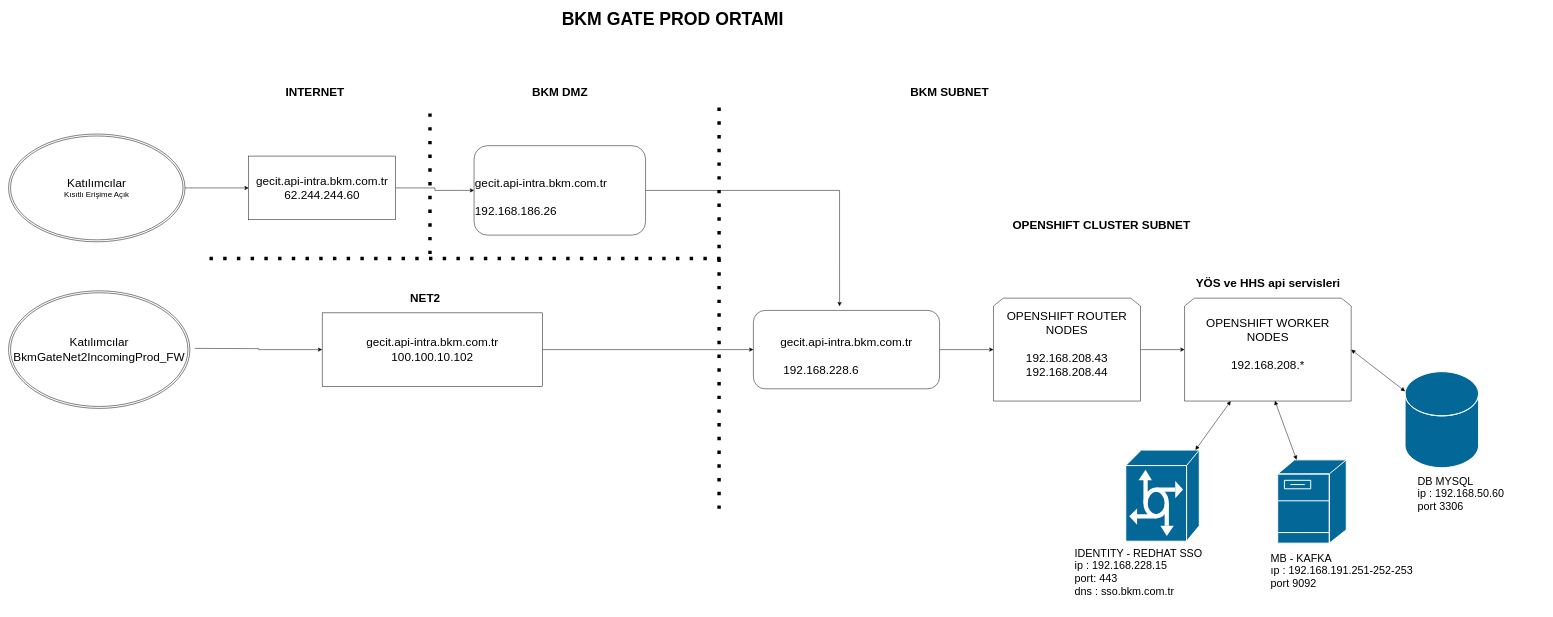
Above: acik-bankacilik/mimari-doc/isym-ortam.drawio in Kemalsekerci/drawio (draw.io), before the change. Source tidied: cells renumbered, new cells numbered last; positions are measured from the earlier drawing's top-left corner, leaving out a move shared by most shapes. Both pictures are drawn from the tidied source at 49%, with x=0, y=0 at pixel (8, 9).
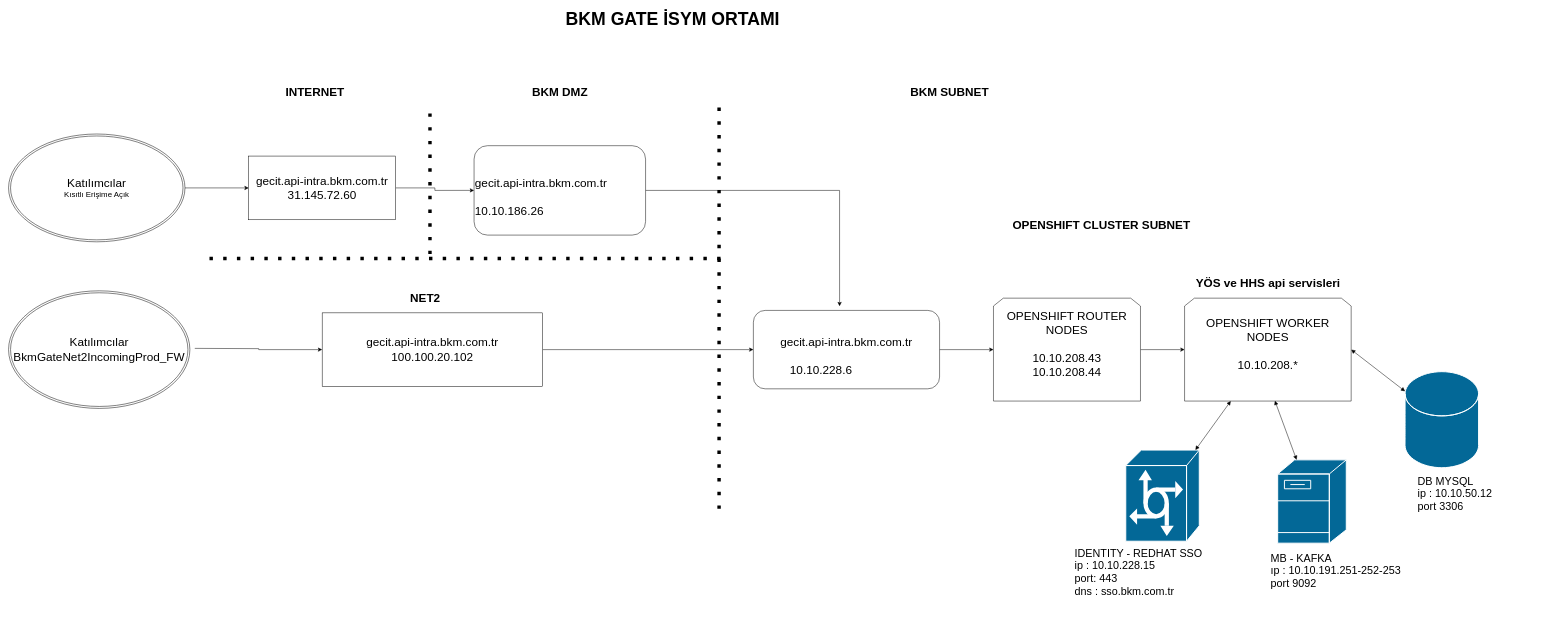
After the change.

The edit, as a diff of the source:
```diff
@@
-    <mxCell id="3" value="&lt;font style=&quot;font-size: 36px;&quot;&gt;BKM GATE PROD ORTAMI&lt;/font&gt;" style="text;strokeColor=none;fillColor=none;html=1;fontSize=24;fontStyle=1;verticalAlign=middle;align=center;" parent="1" vertex="1">
+    <mxCell id="3" value="&lt;font style=&quot;font-size: 36px;&quot;&gt;BKM GATE İSYM ORTAMI&lt;/font&gt;" style="text;strokeColor=none;fillColor=none;html=1;fontSize=24;fontStyle=1;verticalAlign=middle;align=center;" parent="1" vertex="1">
       <mxGeometry x="1175" width="360" height="40" as="geometry" />
     </mxCell>
@@
-    <mxCell id="5" value="&lt;font style=&quot;font-size: 24px;&quot;&gt;&lt;br&gt;gecit.api-intra.bkm.com.tr&lt;br&gt;&lt;br&gt;&lt;/font&gt;&lt;table width=&quot;166&quot; cellspacing=&quot;0&quot; cellpadding=&quot;0&quot; border=&quot;0&quot;&gt;&lt;tbody&gt;&lt;tr style=&quot;height:15.0pt&quot; height=&quot;20&quot;&gt;  &lt;td style=&quot;height:15.0pt;width:125pt&quot; width=&quot;166&quot; height=&quot;20&quot;&gt;&lt;p style=&quot;margin-top: 0pt; margin-bottom: 0pt; margin-left: 0in; direction: ltr; unicode-bidi: embed; word-break: normal;&quot;&gt;&lt;font style=&quot;font-size: 24px;&quot;&gt;192.168.186.26&lt;/font&gt;&lt;/p&gt;&lt;/td&gt;&lt;/tr&gt;&lt;/tbody&gt;&lt;/table&gt;" style="rounded=1;whiteSpace=wrap;html=1;align=left;" parent="1" vertex="1">
+    <mxCell id="5" value="&lt;font style=&quot;font-size: 24px;&quot;&gt;&lt;br&gt;gecit.api-intra.bkm.com.tr&lt;br&gt;&lt;br&gt;&lt;/font&gt;&lt;table width=&quot;166&quot; cellspacing=&quot;0&quot; cellpadding=&quot;0&quot; border=&quot;0&quot;&gt;&lt;tbody&gt;&lt;tr style=&quot;height:15.0pt&quot; height=&quot;20&quot;&gt;  &lt;td style=&quot;height:15.0pt;width:125pt&quot; width=&quot;166&quot; height=&quot;20&quot;&gt;&lt;p style=&quot;margin-top: 0pt; margin-bottom: 0pt; margin-left: 0in; direction: ltr; unicode-bidi: embed; word-break: normal;&quot;&gt;&lt;font style=&quot;font-size: 24px;&quot;&gt;10.10.186.26&lt;/font&gt;&lt;/p&gt;&lt;/td&gt;&lt;/tr&gt;&lt;/tbody&gt;&lt;/table&gt;" style="rounded=1;whiteSpace=wrap;html=1;align=left;" parent="1" vertex="1">
       <mxGeometry x="950" y="278.8" width="350" height="182.5" as="geometry" />
     </mxCell>
@@
-    <mxCell id="7" value="&lt;font style=&quot;font-size: 24px;&quot;&gt;OPENSHIFT ROUTER NODES&lt;br style=&quot;&quot;&gt;&lt;br style=&quot;&quot;&gt;&lt;/font&gt;&lt;div style=&quot;&quot;&gt;&lt;font style=&quot;font-size: 24px;&quot;&gt;192.168.208.43&lt;/font&gt;&lt;/div&gt;&lt;div style=&quot;&quot;&gt;&lt;font style=&quot;font-size: 24px;&quot;&gt;192.168.208.44&lt;/font&gt;&lt;/div&gt;&lt;div style=&quot;font-size: 18px;&quot;&gt;&lt;br style=&quot;font-size: 18px;&quot;&gt;&lt;/div&gt;" style="shape=loopLimit;whiteSpace=wrap;html=1;fontSize=18;" parent="1" vertex="1">
+    <mxCell id="7" value="&lt;font style=&quot;font-size: 24px;&quot;&gt;OPENSHIFT ROUTER NODES&lt;br style=&quot;&quot;&gt;&lt;br style=&quot;&quot;&gt;&lt;/font&gt;&lt;div style=&quot;&quot;&gt;&lt;font style=&quot;font-size: 24px;&quot;&gt;10.10.208.43&lt;/font&gt;&lt;/div&gt;&lt;div style=&quot;&quot;&gt;&lt;font style=&quot;font-size: 24px;&quot;&gt;10.10.208.44&lt;/font&gt;&lt;/div&gt;&lt;div style=&quot;font-size: 18px;&quot;&gt;&lt;br style=&quot;font-size: 18px;&quot;&gt;&lt;/div&gt;" style="shape=loopLimit;whiteSpace=wrap;html=1;fontSize=18;" parent="1" vertex="1">
       <mxGeometry x="2010" y="590" width="300" height="210" as="geometry" />
     </mxCell>
@@
-    <mxCell id="11" value="&lt;font style=&quot;font-size: 24px;&quot;&gt;gecit.api-intra.bkm.com.tr&lt;br&gt;62.244.244.60&lt;/font&gt;" style="rounded=0;whiteSpace=wrap;html=1;" parent="1" vertex="1">
+    <mxCell id="11" value="&lt;font style=&quot;font-size: 24px;&quot;&gt;gecit.api-intra.bkm.com.tr&lt;br&gt;31.145.72.60&lt;/font&gt;" style="rounded=0;whiteSpace=wrap;html=1;" parent="1" vertex="1">
       <mxGeometry x="490" y="300" width="300" height="130" as="geometry" />
     </mxCell>
@@
-    <mxCell id="13" value="&lt;font style=&quot;font-size: 24px;&quot;&gt;&lt;br style=&quot;&quot;&gt;gecit.api-intra.bkm.com.tr&lt;br style=&quot;&quot;&gt;&lt;br style=&quot;&quot;&gt;&lt;/font&gt;&lt;table width=&quot;166&quot; cellspacing=&quot;0&quot; cellpadding=&quot;0&quot; border=&quot;0&quot; style=&quot;&quot;&gt;&lt;tbody style=&quot;font-size: 17px;&quot;&gt;&lt;tr style=&quot;height: 15pt; font-size: 17px;&quot; height=&quot;20&quot;&gt;  &lt;td style=&quot;height: 15pt; width: 125pt;&quot; width=&quot;166&quot; height=&quot;20&quot;&gt;&lt;p style=&quot;margin-top: 0pt; margin-bottom: 0pt; margin-left: 0in; direction: ltr; unicode-bidi: embed; word-break: normal;&quot;&gt;&lt;font style=&quot;font-size: 24px;&quot;&gt;192.168.228.6&lt;/font&gt;&lt;/p&gt;&lt;/td&gt;&lt;/tr&gt;&lt;/tbody&gt;&lt;/table&gt;" style="rounded=1;whiteSpace=wrap;html=1;fontSize=17;align=center;" parent="1" vertex="1">
+    <mxCell id="13" value="&lt;font style=&quot;font-size: 24px;&quot;&gt;&lt;br style=&quot;&quot;&gt;gecit.api-intra.bkm.com.tr&lt;br style=&quot;&quot;&gt;&lt;br style=&quot;&quot;&gt;&lt;/font&gt;&lt;table width=&quot;166&quot; cellspacing=&quot;0&quot; cellpadding=&quot;0&quot; border=&quot;0&quot; style=&quot;&quot;&gt;&lt;tbody style=&quot;font-size: 17px;&quot;&gt;&lt;tr style=&quot;height: 15pt; font-size: 17px;&quot; height=&quot;20&quot;&gt;  &lt;td style=&quot;height: 15pt; width: 125pt;&quot; width=&quot;166&quot; height=&quot;20&quot;&gt;&lt;p style=&quot;margin-top: 0pt; margin-bottom: 0pt; margin-left: 0in; direction: ltr; unicode-bidi: embed; word-break: normal;&quot;&gt;&lt;font style=&quot;font-size: 24px;&quot;&gt;10.10.228.6&lt;/font&gt;&lt;/p&gt;&lt;/td&gt;&lt;/tr&gt;&lt;/tbody&gt;&lt;/table&gt;" style="rounded=1;whiteSpace=wrap;html=1;fontSize=17;align=center;" parent="1" vertex="1">
       <mxGeometry x="1520" y="615" width="380" height="160" as="geometry" />
     </mxCell>
@@
-    <mxCell id="18" value="&lt;font style=&quot;font-size: 24px;&quot;&gt;gecit.api-intra.bkm.com.tr&lt;br&gt;100.100.10.102&lt;/font&gt;" style="rounded=0;whiteSpace=wrap;html=1;" parent="1" vertex="1">
+    <mxCell id="18" value="&lt;font style=&quot;font-size: 24px;&quot;&gt;gecit.api-intra.bkm.com.tr&lt;br&gt;100.100.20.102&lt;/font&gt;" style="rounded=0;whiteSpace=wrap;html=1;" parent="1" vertex="1">
       <mxGeometry x="640" y="620" width="450" height="150" as="geometry" />
     </mxCell>
@@
-    <mxCell id="23" value="DB MYSQL&#10;ip : 192.168.50.60&#10;port 3306 " style="text;strokeColor=none;fillColor=none;spacingLeft=4;spacingRight=4;overflow=hidden;fontSize=22;" parent="1" vertex="1">
+    <mxCell id="23" value="DB MYSQL&#10;ip : 10.10.50.12&#10;port 3306 " style="text;strokeColor=none;fillColor=none;spacingLeft=4;spacingRight=4;overflow=hidden;fontSize=22;" parent="1" vertex="1">
       <mxGeometry x="2870" y="943" width="265" height="100" as="geometry" />
     </mxCell>
@@
-    <mxCell id="26" value="MB - KAFKA&#10;ıp : 192.168.191.251-252-253 &#10;port 9092" style="text;strokeColor=none;fillColor=none;spacingLeft=4;spacingRight=4;overflow=hidden;fontSize=22;" parent="1" vertex="1">
+    <mxCell id="26" value="MB - KAFKA&#10;ıp : 10.10.191.251-252-253 &#10;port 9092" style="text;strokeColor=none;fillColor=none;spacingLeft=4;spacingRight=4;overflow=hidden;fontSize=22;" parent="1" vertex="1">
       <mxGeometry x="2570" y="1100" width="320" height="110" as="geometry" />
     </mxCell>
@@
-    <mxCell id="29" value="IDENTITY - REDHAT SSO &#10;ip : 192.168.228.15&#10;port: 443&#10;dns : sso.bkm.com.tr" style="text;strokeColor=none;fillColor=none;spacingLeft=4;spacingRight=4;overflow=hidden;fontSize=22;" parent="1" vertex="1">
+    <mxCell id="29" value="IDENTITY - REDHAT SSO &#10;ip : 10.10.228.15&#10;port: 443&#10;dns : sso.bkm.com.tr" style="text;strokeColor=none;fillColor=none;spacingLeft=4;spacingRight=4;overflow=hidden;fontSize=22;" parent="1" vertex="1">
       <mxGeometry x="2170" y="1090" width="380" height="130" as="geometry" />
     </mxCell>
-    <mxCell id="30" value="&lt;font style=&quot;font-size: 24px;&quot;&gt;OPENSHIFT WORKER NODES&lt;br style=&quot;&quot;&gt;&lt;br style=&quot;&quot;&gt;&lt;/font&gt;&lt;div style=&quot;&quot;&gt;&lt;font style=&quot;font-size: 24px;&quot;&gt;192.168.208.*&lt;/font&gt;&lt;/div&gt;&lt;div style=&quot;font-size: 18px;&quot;&gt;&lt;br style=&quot;font-size: 18px;&quot;&gt;&lt;/div&gt;" style="shape=loopLimit;whiteSpace=wrap;html=1;fontSize=18;" parent="1" vertex="1">
+    <mxCell id="30" value="&lt;font style=&quot;font-size: 24px;&quot;&gt;OPENSHIFT WORKER NODES&lt;br style=&quot;&quot;&gt;&lt;br style=&quot;&quot;&gt;&lt;/font&gt;&lt;div style=&quot;&quot;&gt;&lt;font style=&quot;font-size: 24px;&quot;&gt;10.10.208.*&lt;/font&gt;&lt;/div&gt;&lt;div style=&quot;font-size: 18px;&quot;&gt;&lt;br style=&quot;font-size: 18px;&quot;&gt;&lt;/div&gt;" style="shape=loopLimit;whiteSpace=wrap;html=1;fontSize=18;" parent="1" vertex="1">
       <mxGeometry x="2400" y="590" width="340" height="210" as="geometry" />
     </mxCell>
```
